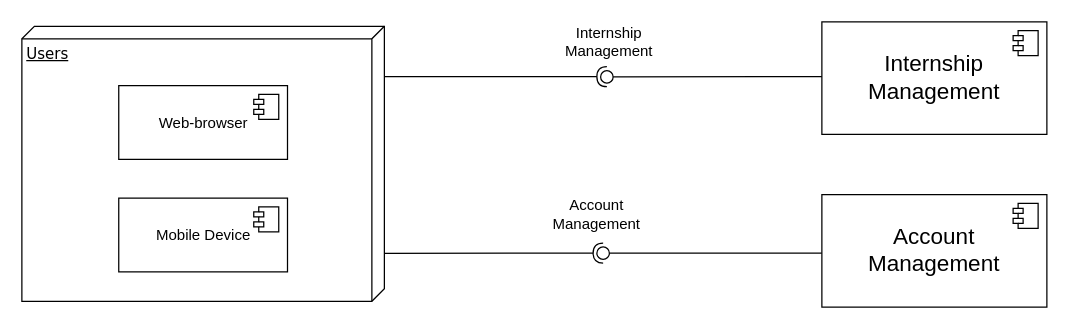
Before: DD/Misc/Component.drawio in Zero3474/AlkhetiarBonardi, a draw.io diagram. Source tidied: cells renumbered, new cells numbered last; positions are measured from the earlier drawing's top-left corner, leaving out a move shared by most shapes. Both pictures are drawn from the tidied source at 125%, with x=0, y=0 at pixel (21, 21).
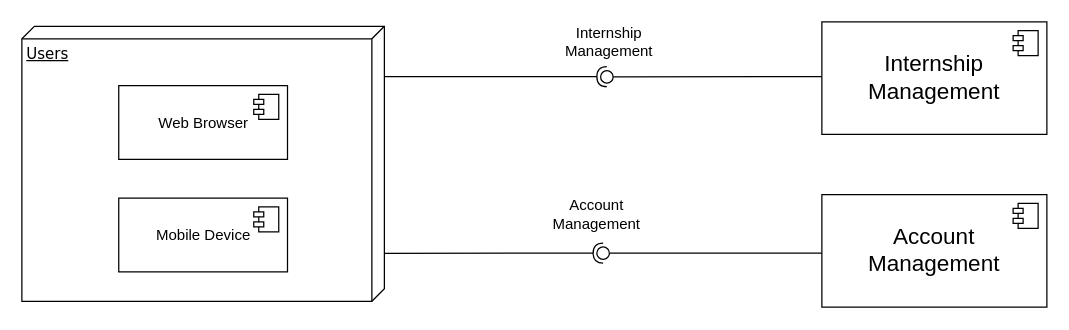
The same diagram, later.

Change to the diagram source:
```diff
@@
-    <mxCell id="13" value="&lt;div align=&quot;center&quot;&gt;Web-browser&lt;/div&gt;" style="html=1;whiteSpace=wrap;" parent="1" vertex="1">
+    <mxCell id="13" value="&lt;div align=&quot;center&quot;&gt;Web Browser&lt;/div&gt;" style="html=1;whiteSpace=wrap;" parent="1" vertex="1">
       <mxGeometry x="77.5" y="51" width="135" height="59" as="geometry" />
     </mxCell>
```
